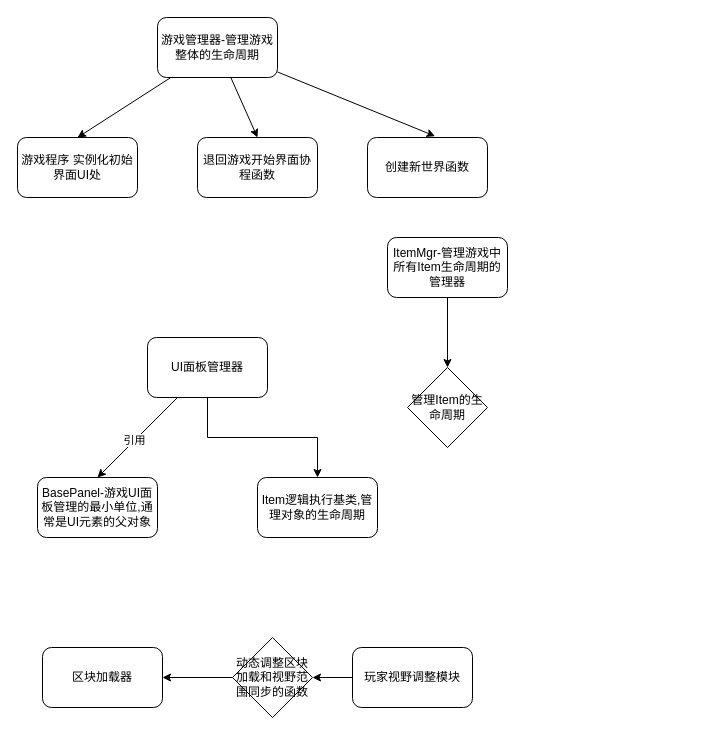
Before: page "管理器" (1 of 3) of 开发文档文件夹/_Using/游戏代码架构图.drawio in XDIOEZ/TerraFlat, a draw.io diagram. Source tidied: cells renumbered, new cells numbered last; positions are measured from the earlier drawing's top-left corner, leaving out a move shared by most shapes. Both pictures are drawn from the tidied source at 100%, with x=0, y=0 at pixel (17, 17).
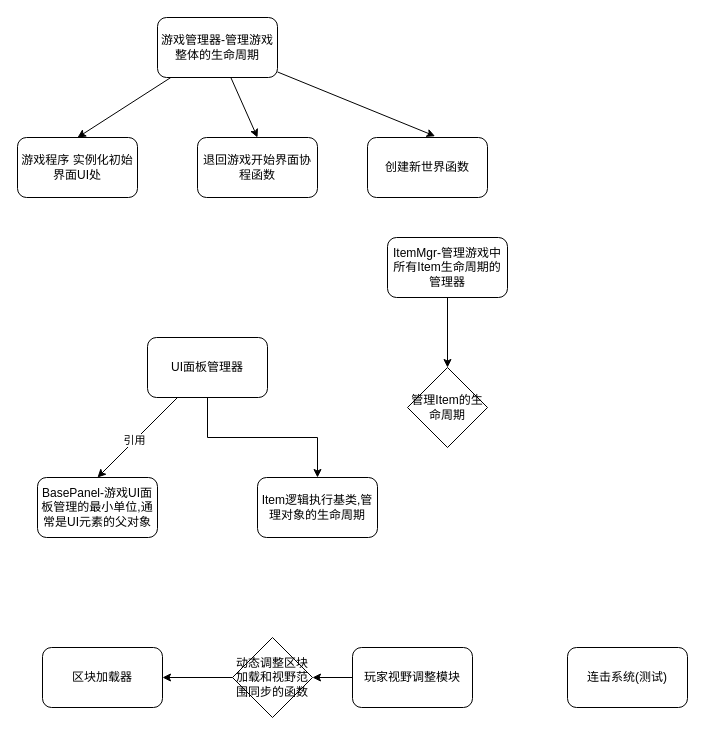
After the change.

Change to the diagram source:
```diff
@@
+    <mxCell id="23" value="连击系统(测试)" style="rounded=1;whiteSpace=wrap;html=1;" parent="1" vertex="1">
+      <mxGeometry x="550" y="630" width="120" height="60" as="geometry" />
+    </mxCell>
```
